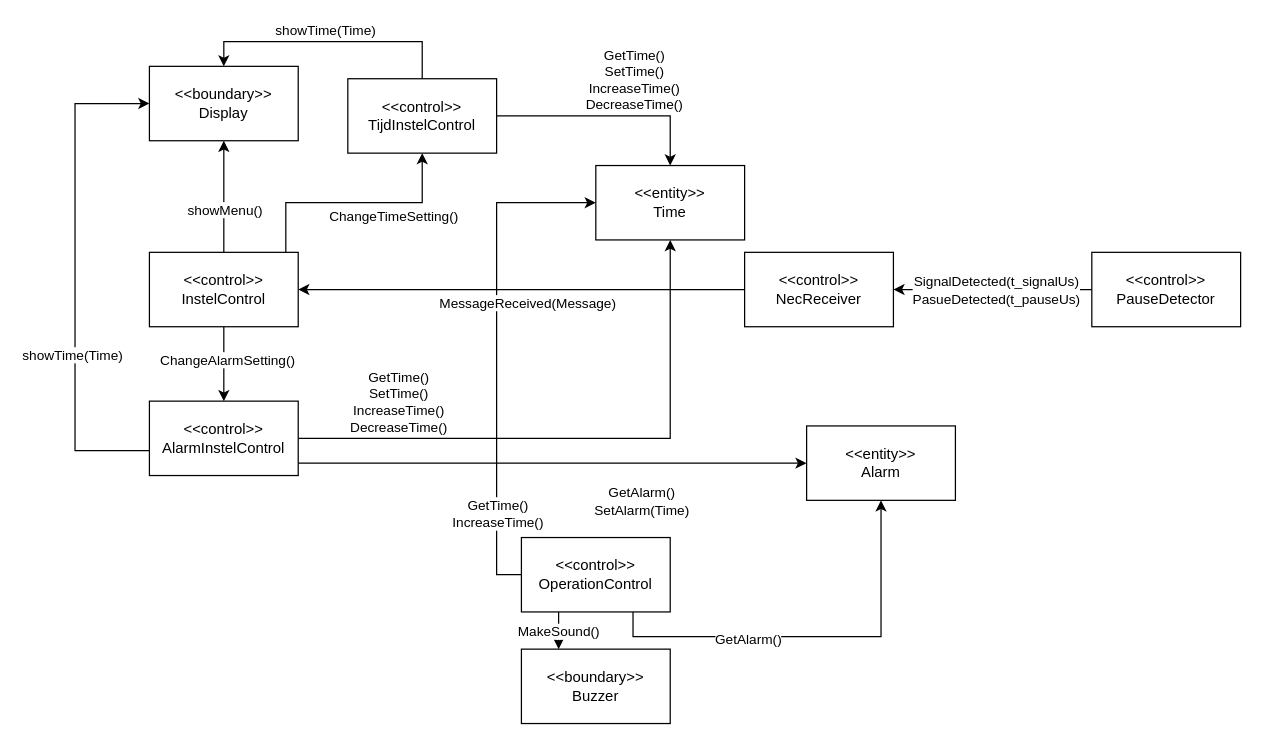
Above: docs/Object Model2.drawio in Tjees/AlarmClock (draw.io), before the change. Source tidied: cells renumbered, new cells numbered last; positions are measured from the earlier drawing's top-left corner, leaving out a move shared by most shapes. Both pictures are drawn from the tidied source at 124%, with x=0, y=0 at pixel (74, 41).
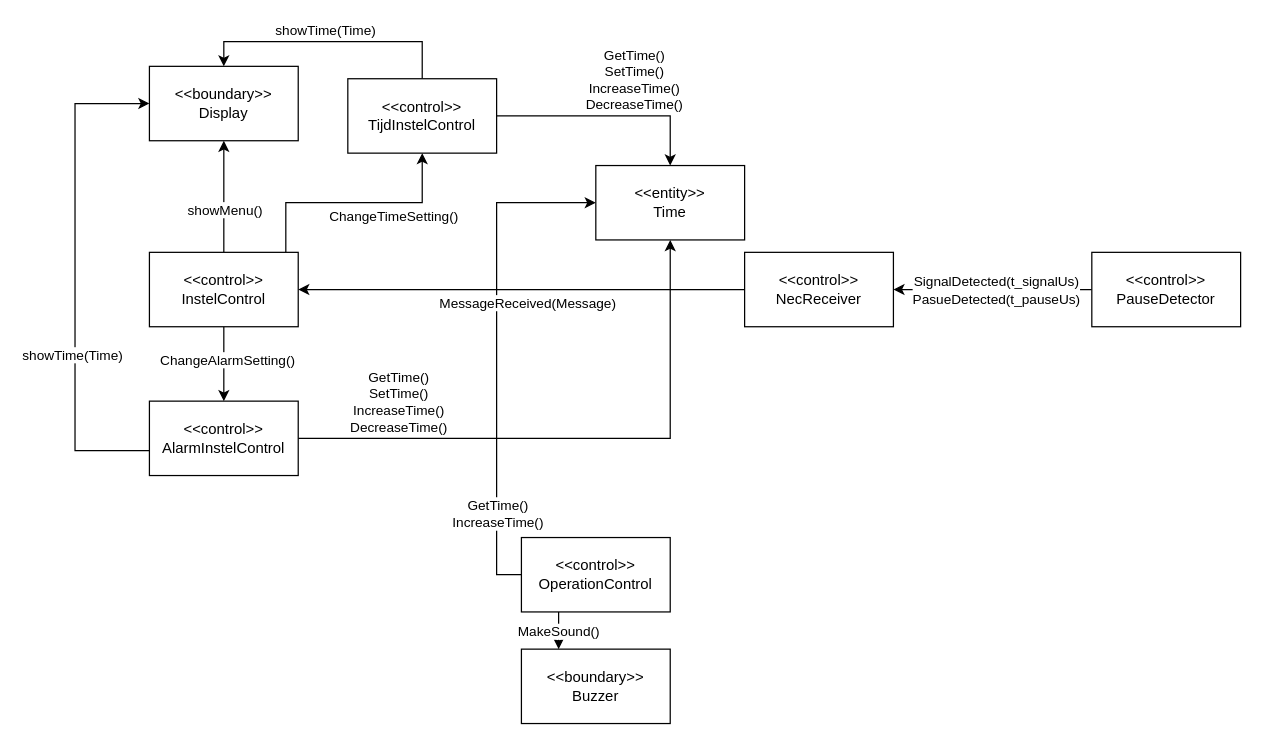
The same page after the edit.

The change refers to these unchanged cells:
```xml
<mxCell id="8" value="&amp;lt;&amp;lt;control&amp;gt;&amp;gt;&lt;div&gt;OperationControl&lt;/div&gt;" style="rounded=0;whiteSpace=wrap;html=1;" parent="1" vertex="1">
  <mxGeometry x="360" y="400" width="120" height="60" as="geometry" />
</mxCell>
<mxCell id="26" value="&amp;lt;&amp;lt;control&amp;gt;&amp;gt;&lt;div&gt;AlarmInstelControl&lt;/div&gt;" style="rounded=0;whiteSpace=wrap;html=1;" parent="1" vertex="1">
  <mxGeometry x="60" y="290" width="120" height="60" as="geometry" />
</mxCell>
```

The edit, as a diff of the source:
```diff
@@
-    <mxCell id="4" style="edgeStyle=orthogonalEdgeStyle;rounded=0;jettySize=auto;html=1;exitX=0.75;exitY=1;exitDx=0;exitDy=0;entryX=0.5;entryY=1;entryDx=0;entryDy=0;" parent="1" edge="1" source="8" target="33">
-      <mxGeometry relative="1" as="geometry" />
-    </mxCell>
-    <mxCell id="5" value="GetAlarm()" style="edgeLabel;html=1;align=center;verticalAlign=middle;" parent="4" vertex="1">
-      <mxGeometry x="-0.32" y="-1" relative="1" as="geometry" />
-    </mxCell>
@@
-    <mxCell id="24" style="edgeStyle=orthogonalEdgeStyle;rounded=0;jettySize=auto;html=1;exitX=1;exitY=0.75;exitDx=0;exitDy=0;entryX=0;entryY=0.5;entryDx=0;entryDy=0;" parent="1" edge="1" source="26" target="33">
-      <mxGeometry relative="1" as="geometry">
-        <Array as="points">
-          <mxPoint x="170" y="340" />
-        </Array>
-      </mxGeometry>
-    </mxCell>
-    <mxCell id="25" value="GetAlarm()&lt;div&gt;SetAlarm(Time)&lt;/div&gt;" style="edgeLabel;html=1;align=center;verticalAlign=middle;" parent="24" vertex="1">
-      <mxGeometry x="0.7" y="1" relative="1" as="geometry">
-        <mxPoint x="-69" y="31" as="offset" />
-      </mxGeometry>
-    </mxCell>
@@
-    <mxCell id="33" value="&amp;lt;&amp;lt;entity&amp;gt;&amp;gt;&lt;div&gt;Alarm&lt;/div&gt;" style="rounded=0;whiteSpace=wrap;html=1;" parent="1" vertex="1">
-      <mxGeometry x="590" y="310" width="120" height="60" as="geometry" />
-    </mxCell>
```
